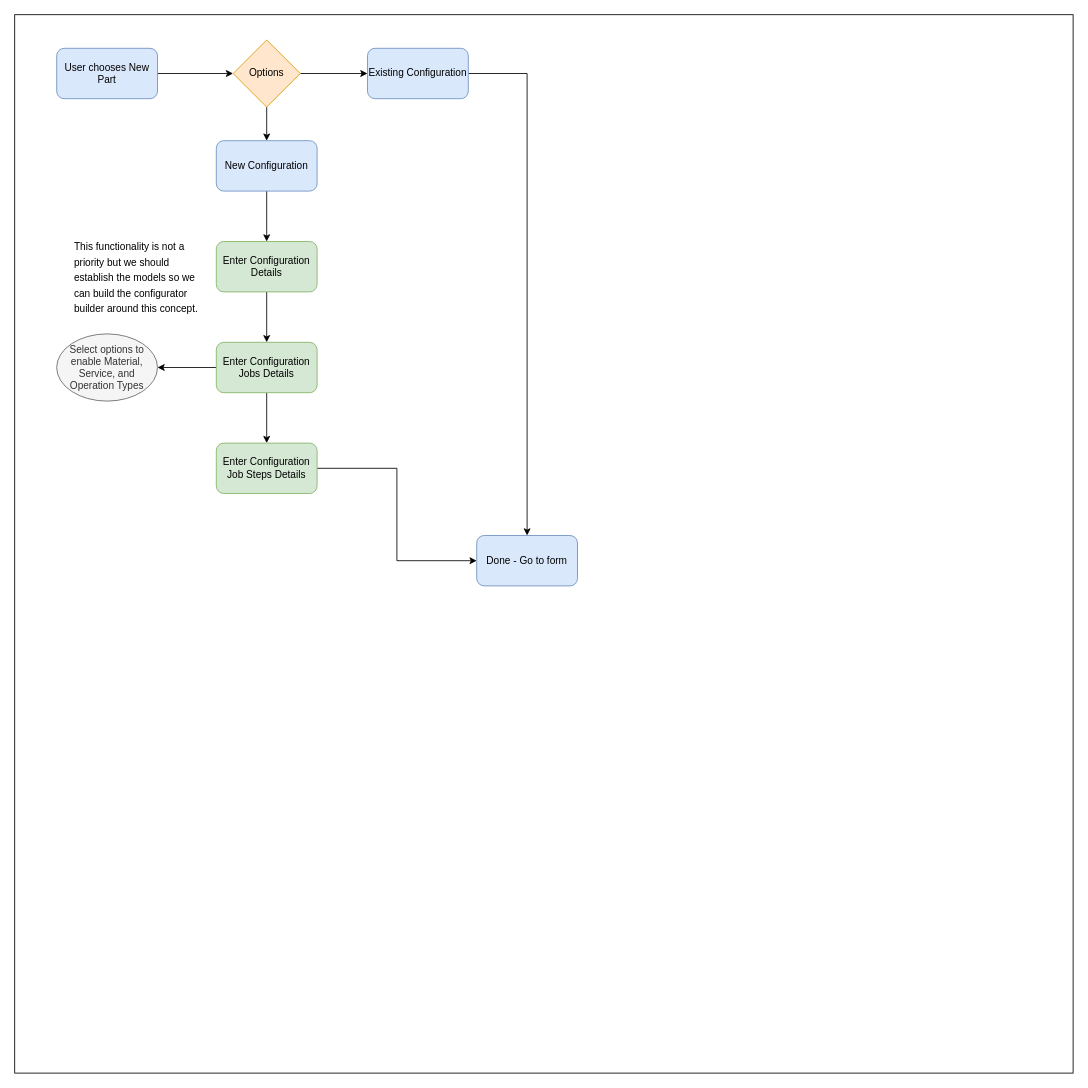
Earlier version of the draw.io diagram Configurator User workflow.drawio (mwcomponents/.github). Source tidied: cells renumbered, new cells numbered last; positions are measured from the earlier drawing's top-left corner, leaving out a move shared by most shapes. Both pictures are drawn from the tidied source at 84%, with x=0, y=0 at pixel (14, 14).
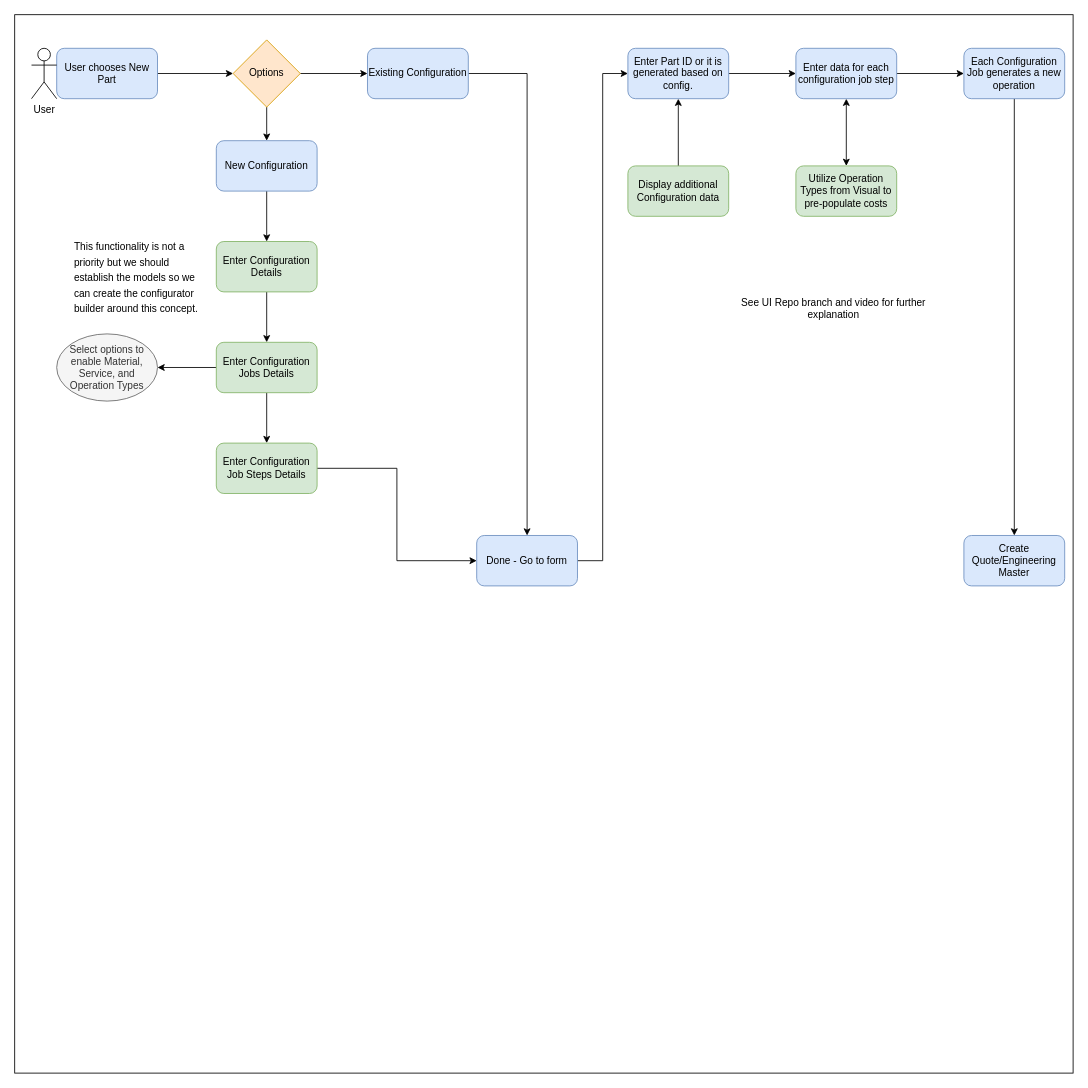
Above is the later version.

Unchanged cells that the change refers to:
```xml
<mxCell id="12" value="Done - Go to form" style="rounded=1;whiteSpace=wrap;html=1;fillColor=#dae8fc;strokeColor=#6c8ebf;" parent="1" vertex="1">
  <mxGeometry x="550" y="620" width="120" height="60" as="geometry" />
</mxCell>
```

The edit, as a diff of the source:
```diff
@@
+    <mxCell id="22" style="edgeStyle=orthogonalEdgeStyle;rounded=0;jettySize=auto;html=1;entryX=0;entryY=0.5;entryDx=0;entryDy=0;" parent="1" edge="1" source="12" target="26">
+      <mxGeometry relative="1" as="geometry" />
+    </mxCell>
@@
-    <mxCell id="21" value="&lt;h1 style=&quot;text-align: left; margin-top: 0px; line-height: 60%;&quot;&gt;&lt;span style=&quot;background-color: initial; font-size: 12px; font-weight: normal;&quot;&gt;This functionality is not a priority but we should establish the models so we can build the configurator builder around this concept.&lt;/span&gt;&lt;/h1&gt;" style="text;html=1;align=center;verticalAlign=middle;whiteSpace=wrap;rounded=0;" parent="1" vertex="1">
+    <mxCell id="21" value="&lt;h1 style=&quot;text-align: left; margin-top: 0px; line-height: 60%;&quot;&gt;&lt;span style=&quot;background-color: initial; font-size: 12px; font-weight: normal;&quot;&gt;This functionality is not a priority but we should establish the models so we can create the configurator builder around this concept.&lt;/span&gt;&lt;/h1&gt;" style="text;html=1;align=center;verticalAlign=middle;whiteSpace=wrap;rounded=0;" parent="1" vertex="1">
       <mxGeometry x="70" y="280" width="150" height="80" as="geometry" />
     </mxCell>
+    <mxCell id="23" value="User" style="shape=umlActor;verticalLabelPosition=bottom;verticalAlign=top;html=1;" parent="1" vertex="1">
+      <mxGeometry x="20" y="40" width="30" height="60" as="geometry" />
+    </mxCell>
+    <mxCell id="24" style="edgeStyle=orthogonalEdgeStyle;rounded=0;jettySize=auto;html=1;startArrow=classic;startFill=1;endArrow=none;endFill=0;" parent="1" edge="1" source="26" target="27">
+      <mxGeometry relative="1" as="geometry" />
+    </mxCell>
+    <mxCell id="25" style="edgeStyle=orthogonalEdgeStyle;rounded=0;jettySize=auto;html=1;" parent="1" edge="1" source="26" target="30">
+      <mxGeometry relative="1" as="geometry" />
+    </mxCell>
+    <mxCell id="26" value="Enter Part ID or it is generated based on config." style="rounded=1;whiteSpace=wrap;html=1;fillColor=#dae8fc;strokeColor=#6c8ebf;" parent="1" vertex="1">
+      <mxGeometry x="730" y="40" width="120" height="60" as="geometry" />
+    </mxCell>
+    <mxCell id="27" value="Display additional Configuration data" style="whiteSpace=wrap;html=1;rounded=1;fillColor=#d5e8d4;strokeColor=#82b366;" parent="1" vertex="1">
+      <mxGeometry x="730" y="180" width="120" height="60" as="geometry" />
+    </mxCell>
+    <mxCell id="28" style="edgeStyle=orthogonalEdgeStyle;rounded=0;jettySize=auto;html=1;startArrow=classic;startFill=1;" parent="1" edge="1" source="30" target="31">
+      <mxGeometry relative="1" as="geometry" />
+    </mxCell>
+    <mxCell id="29" style="edgeStyle=orthogonalEdgeStyle;rounded=0;jettySize=auto;html=1;" parent="1" edge="1" source="30" target="33">
+      <mxGeometry relative="1" as="geometry" />
+    </mxCell>
+    <mxCell id="30" value="Enter data for each configuration job step" style="whiteSpace=wrap;html=1;rounded=1;fillColor=#dae8fc;strokeColor=#6c8ebf;" parent="1" vertex="1">
+      <mxGeometry x="930" y="40" width="120" height="60" as="geometry" />
+    </mxCell>
+    <mxCell id="31" value="Utilize Operation Types from Visual to pre-populate costs" style="whiteSpace=wrap;html=1;rounded=1;fillColor=#d5e8d4;strokeColor=#82b366;" parent="1" vertex="1">
+      <mxGeometry x="930" y="180" width="120" height="60" as="geometry" />
+    </mxCell>
+    <mxCell id="32" style="edgeStyle=orthogonalEdgeStyle;rounded=0;jettySize=auto;html=1;" parent="1" edge="1" source="33" target="34">
+      <mxGeometry relative="1" as="geometry" />
+    </mxCell>
+    <mxCell id="33" value="Each Configuration Job generates a new operation" style="whiteSpace=wrap;html=1;rounded=1;fillColor=#dae8fc;strokeColor=#6c8ebf;" parent="1" vertex="1">
+      <mxGeometry x="1130" y="40" width="120" height="60" as="geometry" />
+    </mxCell>
+    <mxCell id="34" value="Create Quote/Engineering Master" style="whiteSpace=wrap;html=1;rounded=1;fillColor=#dae8fc;strokeColor=#6c8ebf;" parent="1" vertex="1">
+      <mxGeometry x="1130" y="620" width="120" height="60" as="geometry" />
+    </mxCell>
+    <mxCell id="35" value="See UI Repo branch and video for further explanation" style="text;html=1;align=center;verticalAlign=middle;whiteSpace=wrap;rounded=0;" parent="1" vertex="1">
+      <mxGeometry x="840" y="310" width="270" height="80" as="geometry" />
+    </mxCell>
```
